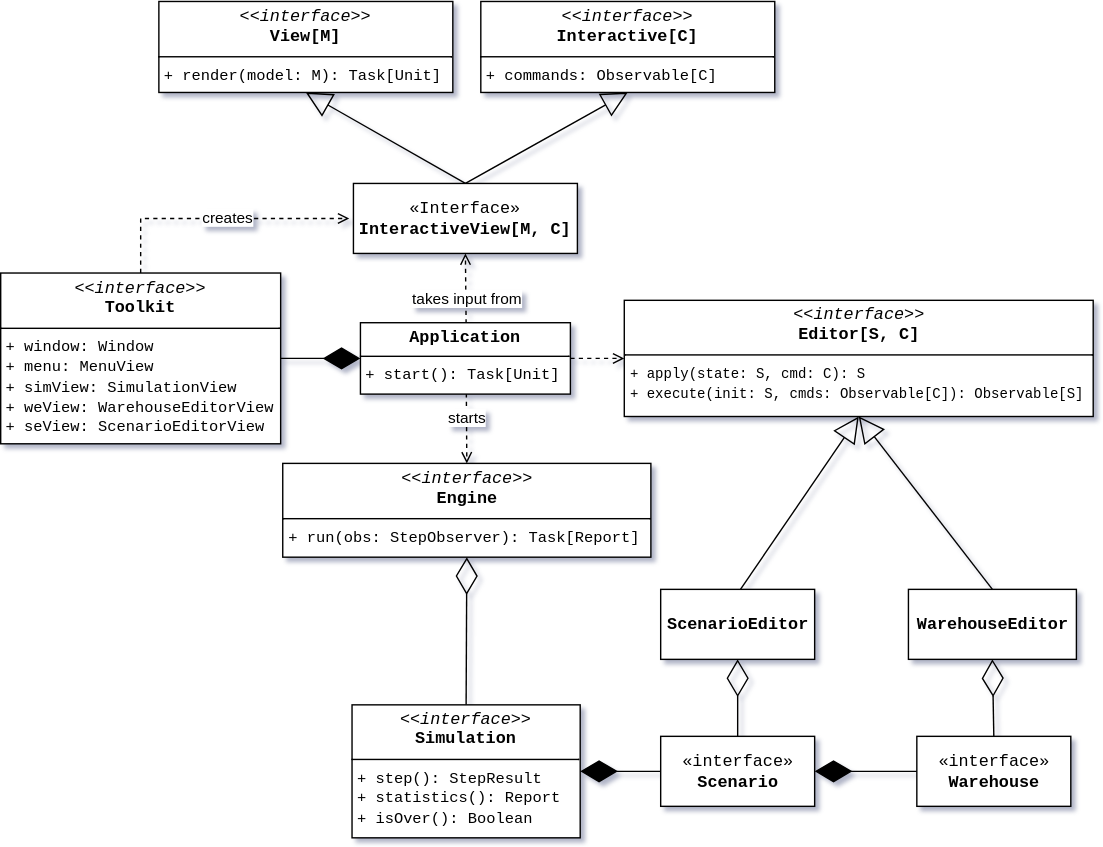
The draw.io diagram media/architecture@489970173.svg in PPS-25-CFM/PPS-25-Sentinel, before a commit. Source tidied: cells renumbered, new cells last; positions are measured from the earlier drawing's top-left corner, leaving out a move shared by most shapes.
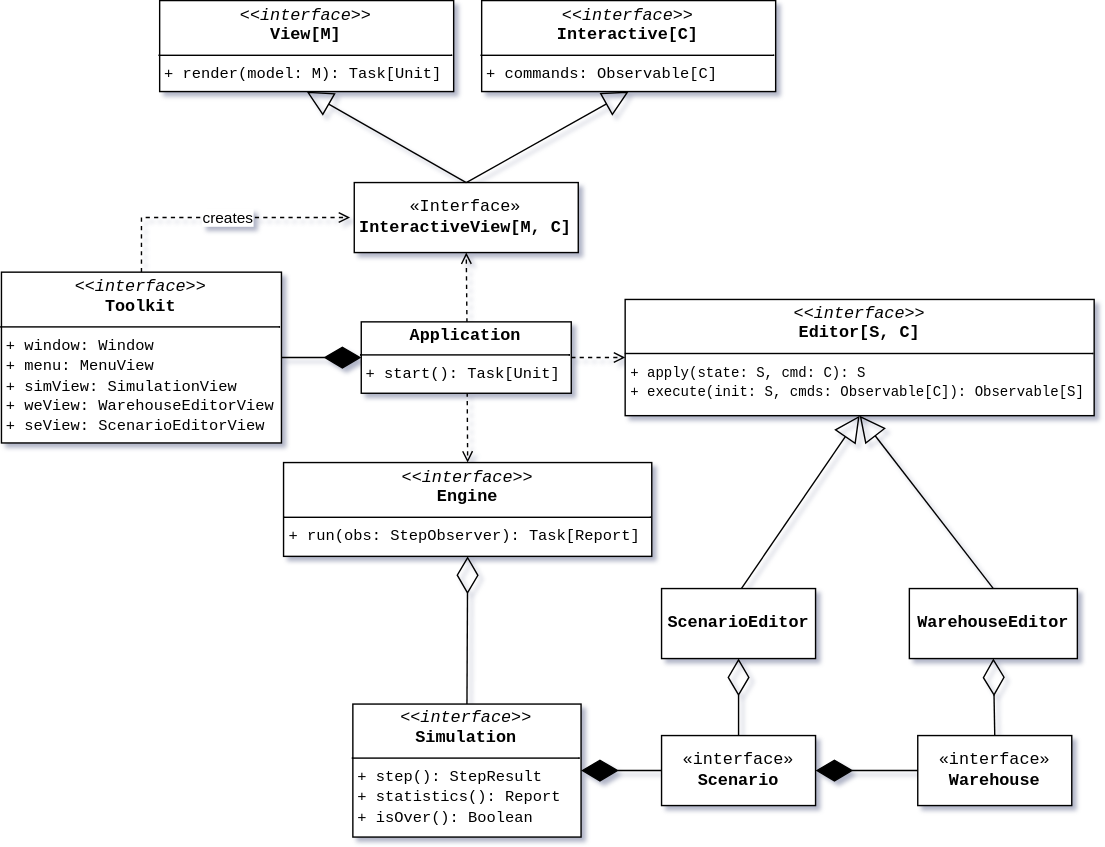
Above is the later version.

Change to the diagram source:
```diff
@@ -11,7 +11,7 @@
     <mxCell id="4" value="&lt;p style=&quot;margin:0px;margin-top:4px;text-align:center;&quot;&gt;&lt;i&gt;&amp;lt;&amp;lt;interface&amp;gt;&amp;gt;&lt;/i&gt;&lt;br&gt;&lt;b&gt;Engine&lt;/b&gt;&lt;/p&gt;&lt;hr size=&quot;1&quot; style=&quot;border-style:solid;&quot;&gt;&lt;p style=&quot;margin:0px;margin-left:4px;&quot;&gt;&lt;font style=&quot;font-size: 11px;&quot;&gt;+ run(obs: StepObserver): Task[Report]&lt;/font&gt;&lt;br&gt;&lt;/p&gt;" style="verticalAlign=top;align=left;overflow=fill;html=1;whiteSpace=wrap;fontFamily=Courier New;" parent="1" vertex="1">
       <mxGeometry x="201.5" y="330.5" width="263" height="67" as="geometry" />
     </mxCell>
-    <mxCell id="5" style="endArrow=diamondThin;endFill=0;endSize=24;html=1;rounded=0;entryX=0.5;entryY=1;entryDx=0;entryDy=0;exitX=0.5;exitY=0;exitDx=0;exitDy=0;" parent="1" edge="1" source="21" target="4">
+    <mxCell id="5" style="endArrow=diamondThin;endFill=0;endSize=24;html=1;rounded=0;entryX=0.5;entryY=1;entryDx=0;entryDy=0;exitX=0.5;exitY=0;exitDx=0;exitDy=0;" parent="1" edge="1" source="19" target="4">
       <mxGeometry relative="1" as="geometry" />
     </mxCell>
     <mxCell id="6" value="&lt;p style=&quot;margin:0px;margin-top:4px;text-align:center;&quot;&gt;&lt;i&gt;&amp;lt;&amp;lt;interface&amp;gt;&amp;gt;&lt;/i&gt;&lt;br&gt;&lt;b&gt;View[M]&lt;/b&gt;&lt;/p&gt;&lt;hr size=&quot;1&quot; style=&quot;border-style:solid;&quot;&gt;&lt;p style=&quot;margin:0px;margin-left:4px;&quot;&gt;&lt;font style=&quot;font-size: 11px;&quot;&gt;+ render(model: M): Task[Unit]&lt;br&gt;&lt;/font&gt;&lt;/p&gt;" style="verticalAlign=top;align=left;overflow=fill;html=1;whiteSpace=wrap;fontFamily=Courier New;" parent="1" vertex="1">
@@ -28,77 +28,71 @@
         <mxPoint x="332.7" y="280.5" as="sourcePoint" />
       </mxGeometry>
     </mxCell>
-    <mxCell id="10" value="starts" style="edgeLabel;html=1;align=center;verticalAlign=middle;" parent="9" vertex="1">
-      <mxGeometry x="-0.32" relative="1" as="geometry" />
+    <mxCell id="10" style="edgeStyle=none;rounded=0;jettySize=auto;html=1;exitX=0.5;exitY=0;exitDx=0;exitDy=0;entryX=0.5;entryY=1;entryDx=0;entryDy=0;dashed=1;endArrow=open;endFill=0;" parent="1" edge="1" target="8">
+      <mxGeometry relative="1" as="geometry">
+        <mxPoint x="332.5" y="230.5" as="sourcePoint" />
+      </mxGeometry>
     </mxCell>
-    <mxCell id="11" style="edgeStyle=none;rounded=0;jettySize=auto;html=1;exitX=0.5;exitY=0;exitDx=0;exitDy=0;entryX=0.5;entryY=1;entryDx=0;entryDy=0;dashed=1;endArrow=open;endFill=0;" parent="1" edge="1" target="8">
-      <mxGeometry relative="1" as="geometry">
-        <mxPoint x="332.5" y="230.5" as="sourcePoint" />
-      </mxGeometry>
+    <mxCell id="11" style="edgeStyle=none;rounded=0;jettySize=auto;html=1;exitX=1;exitY=0.5;exitDx=0;exitDy=0;entryX=0;entryY=0.5;entryDx=0;entryDy=0;dashed=1;endArrow=open;endFill=0;" parent="1" edge="1" source="28" target="18">
+      <mxGeometry relative="1" as="geometry" />
     </mxCell>
-    <mxCell id="12" value="takes input from" style="edgeLabel;html=1;align=center;verticalAlign=middle;" parent="11" vertex="1">
-      <mxGeometry x="-0.28" relative="1" as="geometry" />
+    <mxCell id="12" style="edgeStyle=none;rounded=0;jettySize=auto;html=1;exitX=0.5;exitY=0;exitDx=0;exitDy=0;entryX=0;entryY=0.5;entryDx=0;entryDy=0;dashed=1;endArrow=open;endFill=0;" parent="1" edge="1" source="14">
+      <mxGeometry relative="1" as="geometry">
+        <mxPoint x="249" y="155.5" as="targetPoint" />
+        <Array as="points">
+          <mxPoint x="100" y="155.5" />
+        </Array>
+      </mxGeometry>
     </mxCell>
-    <mxCell id="13" style="edgeStyle=none;rounded=0;jettySize=auto;html=1;exitX=1;exitY=0.5;exitDx=0;exitDy=0;entryX=0;entryY=0.5;entryDx=0;entryDy=0;dashed=1;endArrow=open;endFill=0;" parent="1" edge="1" source="30" target="20">
-      <mxGeometry relative="1" as="geometry" />
+    <mxCell id="13" value="creates" style="edgeLabel;html=1;align=center;verticalAlign=middle;" parent="12" vertex="1">
+      <mxGeometry x="0.06" y="1" relative="1" as="geometry" />
     </mxCell>
-    <mxCell id="14" style="edgeStyle=none;rounded=0;jettySize=auto;html=1;exitX=0.5;exitY=0;exitDx=0;exitDy=0;entryX=0;entryY=0.5;entryDx=0;entryDy=0;dashed=1;endArrow=open;endFill=0;" parent="1" edge="1" source="16">
-      <mxGeometry relative="1" as="geometry">
-        <mxPoint x="249" y="155.5" as="targetPoint" />
-        <Array as="points">
-          <mxPoint x="100" y="155.5" />
-        </Array>
-      </mxGeometry>
+    <mxCell id="14" value="&lt;p style=&quot;margin:0px;margin-top:4px;text-align:center;&quot;&gt;&lt;i&gt;&amp;lt;&amp;lt;interface&amp;gt;&amp;gt;&lt;/i&gt;&lt;br&gt;&lt;b&gt;Toolkit&lt;/b&gt;&lt;/p&gt;&lt;hr size=&quot;1&quot; style=&quot;border-style:solid;&quot;&gt;&lt;p style=&quot;margin:0px;margin-left:4px;&quot;&gt;&lt;font style=&quot;font-size: 11px;&quot;&gt;+ window: Window&lt;/font&gt;&lt;/p&gt;&lt;p style=&quot;margin:0px;margin-left:4px;&quot;&gt;&lt;font style=&quot;font-size: 11px;&quot;&gt;+ menu: MenuView&lt;br&gt;+ simView: SimulationView&lt;/font&gt;&lt;/p&gt;&lt;p style=&quot;margin:0px;margin-left:4px;&quot;&gt;&lt;span style=&quot;font-size: 11px;&quot;&gt;+ weView: WarehouseEditorView&lt;/span&gt;&lt;/p&gt;&lt;p style=&quot;margin:0px;margin-left:4px;&quot;&gt;&lt;span style=&quot;font-size: 11px;&quot;&gt;+ seView: ScenarioEditorView&lt;/span&gt;&lt;/p&gt;" style="verticalAlign=top;align=left;overflow=fill;html=1;whiteSpace=wrap;fontFamily=Courier New;" parent="1" vertex="1">
+      <mxGeometry y="194.5" width="200" height="122" as="geometry" />
     </mxCell>
-    <mxCell id="15" value="creates" style="edgeLabel;html=1;align=center;verticalAlign=middle;" parent="14" vertex="1">
-      <mxGeometry x="0.06" y="1" relative="1" as="geometry" />
+    <mxCell id="15" style="endArrow=diamondThin;endFill=1;endSize=24;html=1;rounded=0;entryX=0;entryY=0.5;entryDx=0;entryDy=0;exitX=1;exitY=0.5;exitDx=0;exitDy=0;" parent="1" edge="1" source="14" target="28">
+      <mxGeometry relative="1" as="geometry" />
     </mxCell>
-    <mxCell id="16" value="&lt;p style=&quot;margin:0px;margin-top:4px;text-align:center;&quot;&gt;&lt;i&gt;&amp;lt;&amp;lt;interface&amp;gt;&amp;gt;&lt;/i&gt;&lt;br&gt;&lt;b&gt;Toolkit&lt;/b&gt;&lt;/p&gt;&lt;hr size=&quot;1&quot; style=&quot;border-style:solid;&quot;&gt;&lt;p style=&quot;margin:0px;margin-left:4px;&quot;&gt;&lt;font style=&quot;font-size: 11px;&quot;&gt;+ window: Window&lt;/font&gt;&lt;/p&gt;&lt;p style=&quot;margin:0px;margin-left:4px;&quot;&gt;&lt;font style=&quot;font-size: 11px;&quot;&gt;+ menu: MenuView&lt;br&gt;+ simView: SimulationView&lt;/font&gt;&lt;/p&gt;&lt;p style=&quot;margin:0px;margin-left:4px;&quot;&gt;&lt;span style=&quot;font-size: 11px;&quot;&gt;+ weView: WarehouseEditorView&lt;/span&gt;&lt;/p&gt;&lt;p style=&quot;margin:0px;margin-left:4px;&quot;&gt;&lt;span style=&quot;font-size: 11px;&quot;&gt;+ seView: ScenarioEditorView&lt;/span&gt;&lt;/p&gt;" style="verticalAlign=top;align=left;overflow=fill;html=1;whiteSpace=wrap;fontFamily=Courier New;" parent="1" vertex="1">
-      <mxGeometry y="194.5" width="200" height="122" as="geometry" />
+    <mxCell id="16" style="endArrow=block;endSize=16;endFill=0;html=1;rounded=0;entryX=0.5;entryY=1;entryDx=0;entryDy=0;exitX=0.5;exitY=0;exitDx=0;exitDy=0;" parent="1" edge="1" source="8" target="6">
+      <mxGeometry relative="1" as="geometry" />
     </mxCell>
-    <mxCell id="17" style="endArrow=diamondThin;endFill=1;endSize=24;html=1;rounded=0;entryX=0;entryY=0.5;entryDx=0;entryDy=0;exitX=1;exitY=0.5;exitDx=0;exitDy=0;" parent="1" edge="1" source="16" target="30">
+    <mxCell id="17" style="endArrow=block;endSize=16;endFill=0;html=1;rounded=0;exitX=0.5;exitY=0;exitDx=0;exitDy=0;entryX=0.5;entryY=1;entryDx=0;entryDy=0;" parent="1" edge="1" source="8" target="7">
       <mxGeometry relative="1" as="geometry" />
     </mxCell>
-    <mxCell id="18" style="endArrow=block;endSize=16;endFill=0;html=1;rounded=0;entryX=0.5;entryY=1;entryDx=0;entryDy=0;exitX=0.5;exitY=0;exitDx=0;exitDy=0;" parent="1" edge="1" source="8" target="6">
-      <mxGeometry relative="1" as="geometry" />
+    <mxCell id="18" value="&lt;p style=&quot;margin:0px;margin-top:4px;text-align:center;&quot;&gt;&lt;i&gt;&amp;lt;&amp;lt;interface&amp;gt;&amp;gt;&lt;/i&gt;&lt;br&gt;&lt;b&gt;Editor[S, C]&lt;/b&gt;&lt;/p&gt;&lt;hr size=&quot;1&quot; style=&quot;border-style:solid;&quot;&gt;&lt;p style=&quot;margin:0px;margin-left:4px;&quot;&gt;&lt;span style=&quot;background-color: transparent; color: light-dark(rgb(0, 0, 0), rgb(255, 255, 255));&quot;&gt;&lt;font style=&quot;font-size: 10px;&quot;&gt;+ apply(state: S, cmd: C): S&lt;/font&gt;&lt;/span&gt;&lt;/p&gt;&lt;p style=&quot;margin:0px;margin-left:4px;&quot;&gt;&lt;font style=&quot;font-size: 10px;&quot;&gt;+ execute(init: S, cmds: Observable[C]): Observable[S]&lt;/font&gt;&lt;/p&gt;" style="verticalAlign=top;align=left;overflow=fill;html=1;whiteSpace=wrap;fontFamily=Courier New;" parent="1" vertex="1">
+      <mxGeometry x="445.5" y="214" width="335" height="83" as="geometry" />
     </mxCell>
-    <mxCell id="19" style="endArrow=block;endSize=16;endFill=0;html=1;rounded=0;exitX=0.5;exitY=0;exitDx=0;exitDy=0;entryX=0.5;entryY=1;entryDx=0;entryDy=0;" parent="1" edge="1" source="8" target="7">
-      <mxGeometry relative="1" as="geometry" />
+    <mxCell id="19" value="&lt;p style=&quot;margin:0px;margin-top:4px;text-align:center;&quot;&gt;&lt;i&gt;&amp;lt;&amp;lt;interface&amp;gt;&amp;gt;&lt;/i&gt;&lt;br&gt;&lt;b&gt;Simulation&lt;/b&gt;&lt;/p&gt;&lt;hr size=&quot;1&quot; style=&quot;border-style:solid;&quot;&gt;&lt;p style=&quot;margin:0px;margin-left:4px;&quot;&gt;&lt;font style=&quot;font-size: 11px;&quot;&gt;+ step(): StepResult&lt;/font&gt;&lt;/p&gt;&lt;p style=&quot;margin:0px;margin-left:4px;&quot;&gt;&lt;span style=&quot;font-size: 11px;&quot;&gt;+ statistics(): Report&lt;/span&gt;&lt;/p&gt;&lt;p style=&quot;margin:0px;margin-left:4px;&quot;&gt;&lt;span style=&quot;font-size: 11px;&quot;&gt;+ isOver(): Boolean&lt;/span&gt;&lt;/p&gt;" style="verticalAlign=top;align=left;overflow=fill;html=1;whiteSpace=wrap;fontFamily=Courier New;" parent="1" vertex="1">
+      <mxGeometry x="251" y="503" width="163" height="95" as="geometry" />
     </mxCell>
-    <mxCell id="20" value="&lt;p style=&quot;margin:0px;margin-top:4px;text-align:center;&quot;&gt;&lt;i&gt;&amp;lt;&amp;lt;interface&amp;gt;&amp;gt;&lt;/i&gt;&lt;br&gt;&lt;b&gt;Editor[S, C]&lt;/b&gt;&lt;/p&gt;&lt;hr size=&quot;1&quot; style=&quot;border-style:solid;&quot;&gt;&lt;p style=&quot;margin:0px;margin-left:4px;&quot;&gt;&lt;span style=&quot;background-color: transparent; color: light-dark(rgb(0, 0, 0), rgb(255, 255, 255));&quot;&gt;&lt;font style=&quot;font-size: 10px;&quot;&gt;+ apply(state: S, cmd: C): S&lt;/font&gt;&lt;/span&gt;&lt;/p&gt;&lt;p style=&quot;margin:0px;margin-left:4px;&quot;&gt;&lt;font style=&quot;font-size: 10px;&quot;&gt;+ execute(init: S, cmds: Observable[C]): Observable[S]&lt;/font&gt;&lt;/p&gt;" style="verticalAlign=top;align=left;overflow=fill;html=1;whiteSpace=wrap;fontFamily=Courier New;" parent="1" vertex="1">
-      <mxGeometry x="445.5" y="214" width="335" height="83" as="geometry" />
+    <mxCell id="20" style="endArrow=block;endSize=16;endFill=0;html=1;rounded=0;exitX=0.5;exitY=0;exitDx=0;exitDy=0;entryX=0.5;entryY=1;entryDx=0;entryDy=0;" parent="1" edge="1" target="18">
+      <mxGeometry relative="1" as="geometry">
+        <mxPoint x="528.5" y="420.5" as="sourcePoint" />
+      </mxGeometry>
     </mxCell>
-    <mxCell id="21" value="&lt;p style=&quot;margin:0px;margin-top:4px;text-align:center;&quot;&gt;&lt;i&gt;&amp;lt;&amp;lt;interface&amp;gt;&amp;gt;&lt;/i&gt;&lt;br&gt;&lt;b&gt;Simulation&lt;/b&gt;&lt;/p&gt;&lt;hr size=&quot;1&quot; style=&quot;border-style:solid;&quot;&gt;&lt;p style=&quot;margin:0px;margin-left:4px;&quot;&gt;&lt;font style=&quot;font-size: 11px;&quot;&gt;+ step(): StepResult&lt;/font&gt;&lt;/p&gt;&lt;p style=&quot;margin:0px;margin-left:4px;&quot;&gt;&lt;span style=&quot;font-size: 11px;&quot;&gt;+ statistics(): Report&lt;/span&gt;&lt;/p&gt;&lt;p style=&quot;margin:0px;margin-left:4px;&quot;&gt;&lt;span style=&quot;font-size: 11px;&quot;&gt;+ isOver(): Boolean&lt;/span&gt;&lt;/p&gt;" style="verticalAlign=top;align=left;overflow=fill;html=1;whiteSpace=wrap;fontFamily=Courier New;" parent="1" vertex="1">
-      <mxGeometry x="251" y="503" width="163" height="95" as="geometry" />
+    <mxCell id="21" style="endArrow=block;endSize=16;endFill=0;html=1;rounded=0;entryX=0.5;entryY=1;entryDx=0;entryDy=0;exitX=0.5;exitY=0;exitDx=0;exitDy=0;" parent="1" edge="1" source="27" target="18">
+      <mxGeometry relative="1" as="geometry" />
     </mxCell>
-    <mxCell id="22" style="endArrow=block;endSize=16;endFill=0;html=1;rounded=0;exitX=0.5;exitY=0;exitDx=0;exitDy=0;entryX=0.5;entryY=1;entryDx=0;entryDy=0;" parent="1" edge="1" target="20">
-      <mxGeometry relative="1" as="geometry">
-        <mxPoint x="528.5" y="420.5" as="sourcePoint" />
-      </mxGeometry>
+    <mxCell id="22" style="endArrow=diamondThin;endFill=1;endSize=24;html=1;rounded=0;entryX=1;entryY=0.5;entryDx=0;entryDy=0;exitX=0;exitY=0.5;exitDx=0;exitDy=0;" parent="1" edge="1" source="2" target="19">
+      <mxGeometry relative="1" as="geometry" />
     </mxCell>
-    <mxCell id="23" style="endArrow=block;endSize=16;endFill=0;html=1;rounded=0;entryX=0.5;entryY=1;entryDx=0;entryDy=0;exitX=0.5;exitY=0;exitDx=0;exitDy=0;" parent="1" edge="1" source="29" target="20">
+    <mxCell id="23" style="endArrow=diamondThin;endFill=1;endSize=24;html=1;rounded=0;entryX=1;entryY=0.5;entryDx=0;entryDy=0;exitX=0;exitY=0.5;exitDx=0;exitDy=0;" parent="1" edge="1" source="3" target="2">
       <mxGeometry relative="1" as="geometry" />
     </mxCell>
-    <mxCell id="24" style="endArrow=diamondThin;endFill=1;endSize=24;html=1;rounded=0;entryX=1;entryY=0.5;entryDx=0;entryDy=0;exitX=0;exitY=0.5;exitDx=0;exitDy=0;" parent="1" edge="1" source="2" target="21">
+    <mxCell id="24" style="endArrow=diamondThin;endFill=0;endSize=24;html=1;rounded=0;entryX=0.5;entryY=1;entryDx=0;entryDy=0;exitX=0.5;exitY=0;exitDx=0;exitDy=0;" parent="1" edge="1" source="2" target="26">
       <mxGeometry relative="1" as="geometry" />
     </mxCell>
-    <mxCell id="25" style="endArrow=diamondThin;endFill=1;endSize=24;html=1;rounded=0;entryX=1;entryY=0.5;entryDx=0;entryDy=0;exitX=0;exitY=0.5;exitDx=0;exitDy=0;" parent="1" edge="1" source="3" target="2">
+    <mxCell id="25" style="endArrow=diamondThin;endFill=0;endSize=24;html=1;rounded=0;entryX=0.5;entryY=1;entryDx=0;entryDy=0;exitX=0.5;exitY=0;exitDx=0;exitDy=0;" parent="1" edge="1" source="3" target="27">
       <mxGeometry relative="1" as="geometry" />
     </mxCell>
-    <mxCell id="26" style="endArrow=diamondThin;endFill=0;endSize=24;html=1;rounded=0;entryX=0.5;entryY=1;entryDx=0;entryDy=0;exitX=0.5;exitY=0;exitDx=0;exitDy=0;" parent="1" edge="1" source="2" target="28">
-      <mxGeometry relative="1" as="geometry" />
+    <mxCell id="26" value="&lt;b&gt;ScenarioEditor&lt;/b&gt;" style="html=1;whiteSpace=wrap;fontFamily=Courier New;" parent="1" vertex="1">
+      <mxGeometry x="471.5" y="420.5" width="110" height="50" as="geometry" />
     </mxCell>
-    <mxCell id="27" style="endArrow=diamondThin;endFill=0;endSize=24;html=1;rounded=0;entryX=0.5;entryY=1;entryDx=0;entryDy=0;exitX=0.5;exitY=0;exitDx=0;exitDy=0;" parent="1" edge="1" source="3" target="29">
-      <mxGeometry relative="1" as="geometry" />
+    <mxCell id="27" value="&lt;b&gt;WarehouseEditor&lt;/b&gt;" style="html=1;whiteSpace=wrap;fontFamily=Courier New;" parent="1" vertex="1">
+      <mxGeometry x="648.5" y="420.5" width="120" height="50" as="geometry" />
     </mxCell>
-    <mxCell id="28" value="&lt;b&gt;ScenarioEditor&lt;/b&gt;" style="html=1;whiteSpace=wrap;fontFamily=Courier New;" parent="1" vertex="1">
-      <mxGeometry x="471.5" y="420.5" width="110" height="50" as="geometry" />
+    <mxCell id="28" value="&lt;p style=&quot;margin:0px;margin-top:4px;text-align:center;&quot;&gt;&lt;b&gt;Application&lt;/b&gt;&lt;/p&gt;&lt;hr size=&quot;1&quot; style=&quot;border-style:solid;&quot;&gt;&lt;p style=&quot;margin:0px;margin-left:4px;&quot;&gt;&lt;span style=&quot;font-size: 11px;&quot;&gt;+ start(): Task[Unit]&lt;/span&gt;&lt;/p&gt;" style="verticalAlign=top;align=left;overflow=fill;html=1;whiteSpace=wrap;fontFamily=Courier New;" parent="1" vertex="1">
+      <mxGeometry x="257" y="230" width="150" height="51" as="geometry" />
     </mxCell>
-    <mxCell id="29" value="&lt;b&gt;WarehouseEditor&lt;/b&gt;" style="html=1;whiteSpace=wrap;fontFamily=Courier New;" parent="1" vertex="1">
-      <mxGeometry x="648.5" y="420.5" width="120" height="50" as="geometry" />
-    </mxCell>
-    <mxCell id="30" value="&lt;p style=&quot;margin:0px;margin-top:4px;text-align:center;&quot;&gt;&lt;b&gt;Application&lt;/b&gt;&lt;/p&gt;&lt;hr size=&quot;1&quot; style=&quot;border-style:solid;&quot;&gt;&lt;p style=&quot;margin:0px;margin-left:4px;&quot;&gt;&lt;span style=&quot;font-size: 11px;&quot;&gt;+ start(): Task[Unit]&lt;/span&gt;&lt;/p&gt;" style="verticalAlign=top;align=left;overflow=fill;html=1;whiteSpace=wrap;fontFamily=Courier New;" parent="1" vertex="1">
-      <mxGeometry x="257" y="230" width="150" height="51" as="geometry" />
-    </mxCell>
   </root>
 </mxGraphModel>
```
